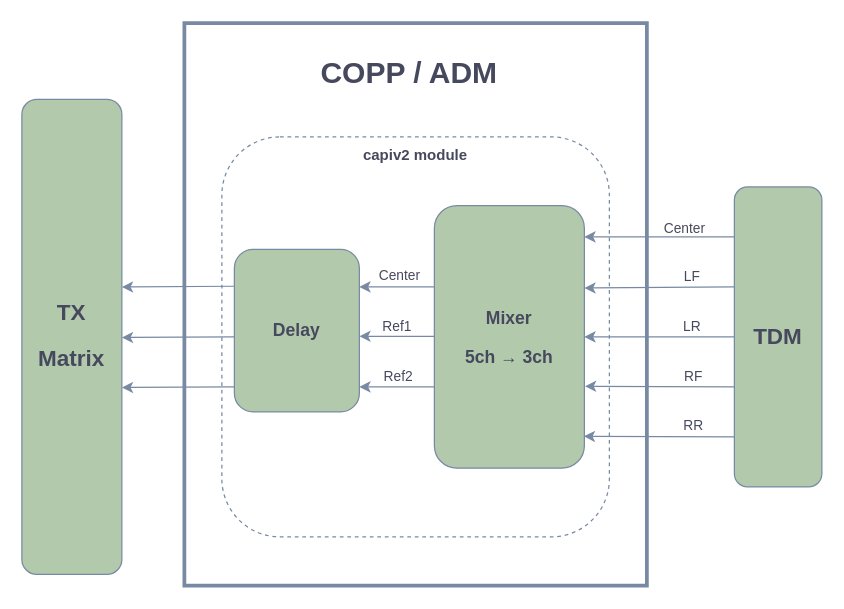
This is ecmx.drawio from lzybluee/drawio, a draw.io file, before an edit. Source tidied: cells renumbered, new cells numbered last; positions are measured from the earlier drawing's top-left corner, leaving out a move shared by most shapes. Both pictures are drawn from the tidied source at 125%, with x=0, y=0 at pixel (21, 22).
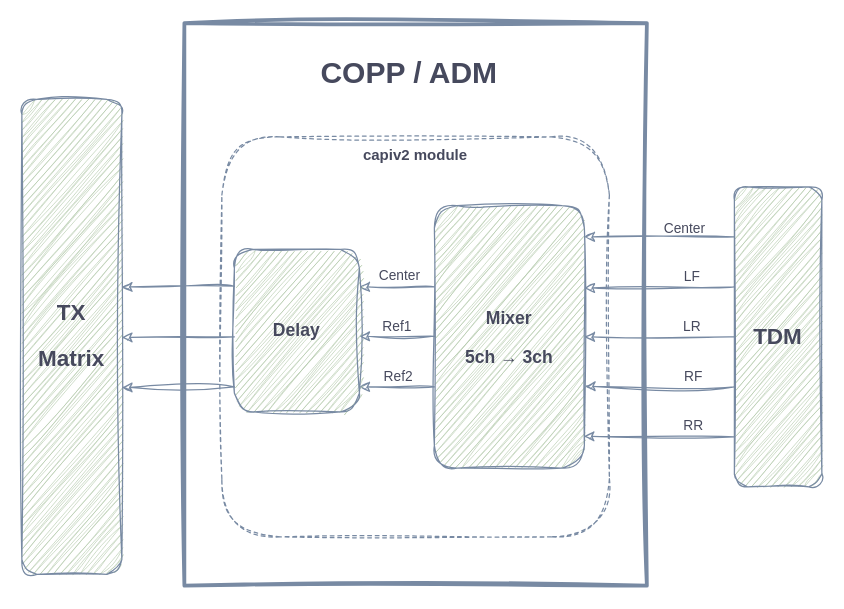
The same page after the edit.

Diff of the diagram source:
```diff
@@
-    <mxCell id="2" style="rounded=0;whiteSpace=wrap;html=1;strokeColor=#788AA3;fontColor=#46495D;fillColor=none;strokeWidth=3;" parent="1" vertex="1">
+    <mxCell id="2" style="rounded=0;whiteSpace=wrap;html=1;strokeColor=#788AA3;fontColor=#46495D;fillColor=none;strokeWidth=3;sketch=1;curveFitting=1;jiggle=2;" parent="1" vertex="1">
       <mxGeometry x="130" width="370" height="450" as="geometry" />
     </mxCell>
-    <mxCell id="3" value="&lt;div style=&quot;padding-top: 0px;&quot; align=&quot;center&quot;&gt;&lt;br&gt;&lt;/div&gt;" style="rounded=1;whiteSpace=wrap;html=1;fillColor=none;dashed=1;labelBackgroundColor=none;strokeColor=#788AA3;fontColor=#46495D;" parent="1" vertex="1">
+    <mxCell id="3" value="&lt;div style=&quot;padding-top: 0px;&quot; align=&quot;center&quot;&gt;&lt;br&gt;&lt;/div&gt;" style="rounded=1;whiteSpace=wrap;html=1;fillColor=none;dashed=1;labelBackgroundColor=none;strokeColor=#788AA3;fontColor=#46495D;sketch=1;curveFitting=1;jiggle=2;" parent="1" vertex="1">
       <mxGeometry x="160" y="91" width="310" height="320" as="geometry" />
     </mxCell>
-    <mxCell id="4" value="&lt;h2&gt;TDM&lt;/h2&gt;" style="rounded=1;whiteSpace=wrap;html=1;labelBackgroundColor=none;fillColor=#B2C9AB;strokeColor=#788AA3;fontColor=#46495D;" parent="1" vertex="1">
+    <mxCell id="4" value="&lt;h2&gt;TDM&lt;/h2&gt;" style="rounded=1;whiteSpace=wrap;html=1;labelBackgroundColor=none;fillColor=#B2C9AB;strokeColor=#788AA3;fontColor=#46495D;sketch=1;curveFitting=1;jiggle=2;" parent="1" vertex="1">
       <mxGeometry x="570" y="131" width="70" height="240" as="geometry" />
     </mxCell>
-    <mxCell id="5" style="endArrow=classic;html=1;rounded=1;labelBackgroundColor=none;fontColor=default;strokeColor=#788AA3;entryX=0.996;entryY=0.119;entryDx=0;entryDy=0;entryPerimeter=0;exitX=0.996;exitY=0.119;exitDx=0;exitDy=0;exitPerimeter=0;" parent="1" edge="1">
+    <mxCell id="5" style="endArrow=classic;html=1;rounded=1;labelBackgroundColor=none;fontColor=default;strokeColor=#788AA3;entryX=0.996;entryY=0.119;entryDx=0;entryDy=0;entryPerimeter=0;exitX=0.996;exitY=0.119;exitDx=0;exitDy=0;exitPerimeter=0;sketch=1;curveFitting=1;jiggle=2;" parent="1" edge="1">
       <mxGeometry relative="1" as="geometry">
         <mxPoint x="570" y="171" as="sourcePoint" />
         <mxPoint x="450" y="171" as="targetPoint" />
       </mxGeometry>
     </mxCell>
-    <mxCell id="6" value="Center" style="edgeLabel;html=1;align=center;verticalAlign=middle;labelBackgroundColor=none;fontColor=#46495D;rounded=1;" parent="5" vertex="1">
+    <mxCell id="6" value="Center" style="edgeLabel;html=1;align=center;verticalAlign=middle;labelBackgroundColor=none;fontColor=#46495D;rounded=1;sketch=1;curveFitting=1;jiggle=2;" parent="5" vertex="1">
       <mxGeometry x="-0.31" y="-3" relative="1" as="geometry">
         <mxPoint y="-5" as="offset" />
       </mxGeometry>
     </mxCell>
-    <mxCell id="7" style="endArrow=classic;html=1;rounded=1;entryX=1;entryY=0.314;entryDx=0;entryDy=0;entryPerimeter=0;labelBackgroundColor=none;fontColor=default;strokeColor=#788AA3;" parent="1" edge="1" target="15">
+    <mxCell id="7" style="endArrow=classic;html=1;rounded=1;entryX=1;entryY=0.314;entryDx=0;entryDy=0;entryPerimeter=0;labelBackgroundColor=none;fontColor=default;strokeColor=#788AA3;sketch=1;curveFitting=1;jiggle=2;" parent="1" edge="1" target="15">
       <mxGeometry relative="1" as="geometry">
         <mxPoint x="570" y="211" as="sourcePoint" />
       </mxGeometry>
     </mxCell>
-    <mxCell id="8" value="LF" style="edgeLabel;html=1;align=center;verticalAlign=middle;labelBackgroundColor=none;fontColor=#46495D;rounded=1;" parent="7" vertex="1">
+    <mxCell id="8" value="LF" style="edgeLabel;html=1;align=center;verticalAlign=middle;labelBackgroundColor=none;fontColor=#46495D;rounded=1;sketch=1;curveFitting=1;jiggle=2;" parent="7" vertex="1">
       <mxGeometry x="-0.4" y="2" relative="1" as="geometry">
         <mxPoint x="1" y="-11" as="offset" />
       </mxGeometry>
     </mxCell>
-    <mxCell id="9" style="endArrow=classic;html=1;rounded=1;entryX=1;entryY=0.5;entryDx=0;entryDy=0;labelBackgroundColor=none;fontColor=default;strokeColor=#788AA3;" parent="1" edge="1" target="15">
+    <mxCell id="9" style="endArrow=classic;html=1;rounded=1;entryX=1;entryY=0.5;entryDx=0;entryDy=0;labelBackgroundColor=none;fontColor=default;strokeColor=#788AA3;sketch=1;curveFitting=1;jiggle=2;" parent="1" edge="1" target="15">
       <mxGeometry relative="1" as="geometry">
         <mxPoint x="570" y="251" as="sourcePoint" />
       </mxGeometry>
     </mxCell>
-    <mxCell id="10" value="LR" style="edgeLabel;html=1;align=center;verticalAlign=middle;labelBackgroundColor=none;fontColor=#46495D;rounded=1;" parent="9" vertex="1">
+    <mxCell id="10" value="LR" style="edgeLabel;html=1;align=center;verticalAlign=middle;labelBackgroundColor=none;fontColor=#46495D;rounded=1;sketch=1;curveFitting=1;jiggle=2;" parent="9" vertex="1">
       <mxGeometry x="-0.38" y="-2" relative="1" as="geometry">
         <mxPoint x="2" y="-7" as="offset" />
       </mxGeometry>
     </mxCell>
-    <mxCell id="11" style="endArrow=classic;html=1;rounded=1;entryX=1.004;entryY=0.688;entryDx=0;entryDy=0;entryPerimeter=0;labelBackgroundColor=none;fontColor=default;strokeColor=#788AA3;" parent="1" edge="1" target="15">
+    <mxCell id="11" style="endArrow=classic;html=1;rounded=1;entryX=1.004;entryY=0.688;entryDx=0;entryDy=0;entryPerimeter=0;labelBackgroundColor=none;fontColor=default;strokeColor=#788AA3;sketch=1;curveFitting=1;jiggle=2;" parent="1" edge="1" target="15">
       <mxGeometry relative="1" as="geometry">
         <mxPoint x="570" y="291" as="sourcePoint" />
       </mxGeometry>
     </mxCell>
-    <mxCell id="12" value="RF" style="edgeLabel;html=1;align=center;verticalAlign=middle;labelBackgroundColor=none;fontColor=#46495D;rounded=1;" parent="11" vertex="1">
+    <mxCell id="12" value="RF" style="edgeLabel;html=1;align=center;verticalAlign=middle;labelBackgroundColor=none;fontColor=#46495D;rounded=1;sketch=1;curveFitting=1;jiggle=2;" parent="11" vertex="1">
       <mxGeometry x="-0.43" y="-1" relative="1" as="geometry">
         <mxPoint y="-7" as="offset" />
       </mxGeometry>
     </mxCell>
-    <mxCell id="13" style="endArrow=classic;html=1;rounded=1;entryX=0.996;entryY=0.879;entryDx=0;entryDy=0;entryPerimeter=0;labelBackgroundColor=none;fontColor=default;strokeColor=#788AA3;" parent="1" edge="1" target="15">
+    <mxCell id="13" style="endArrow=classic;html=1;rounded=1;entryX=0.996;entryY=0.879;entryDx=0;entryDy=0;entryPerimeter=0;labelBackgroundColor=none;fontColor=default;strokeColor=#788AA3;sketch=1;curveFitting=1;jiggle=2;" parent="1" edge="1" target="15">
       <mxGeometry relative="1" as="geometry">
         <mxPoint x="570" y="331" as="sourcePoint" />
       </mxGeometry>
     </mxCell>
-    <mxCell id="14" value="&lt;div&gt;RR&lt;/div&gt;" style="edgeLabel;html=1;align=center;verticalAlign=middle;labelBackgroundColor=none;fontColor=#46495D;rounded=1;" parent="13" vertex="1">
+    <mxCell id="14" value="&lt;div&gt;RR&lt;/div&gt;" style="edgeLabel;html=1;align=center;verticalAlign=middle;labelBackgroundColor=none;fontColor=#46495D;rounded=1;sketch=1;curveFitting=1;jiggle=2;" parent="13" vertex="1">
       <mxGeometry x="-0.41" y="-1" relative="1" as="geometry">
         <mxPoint x="2" y="-8" as="offset" />
       </mxGeometry>
     </mxCell>
-    <mxCell id="15" value="&lt;h3&gt;Mixer&lt;/h3&gt;&lt;h3&gt;5ch&amp;nbsp;→ 3ch&lt;/h3&gt;" style="rounded=1;whiteSpace=wrap;html=1;labelBackgroundColor=none;fillColor=#B2C9AB;strokeColor=#788AA3;fontColor=#46495D;" parent="1" vertex="1">
+    <mxCell id="15" value="&lt;h3&gt;Mixer&lt;/h3&gt;&lt;h3&gt;5ch&amp;nbsp;→ 3ch&lt;/h3&gt;" style="rounded=1;whiteSpace=wrap;html=1;labelBackgroundColor=none;fillColor=#B2C9AB;strokeColor=#788AA3;fontColor=#46495D;sketch=1;curveFitting=1;jiggle=2;" parent="1" vertex="1">
       <mxGeometry x="330" y="146" width="120" height="210" as="geometry" />
     </mxCell>
-    <mxCell id="16" style="endArrow=classic;html=1;rounded=1;labelBackgroundColor=none;fontColor=default;strokeColor=#788AA3;" parent="1" edge="1">
+    <mxCell id="16" style="endArrow=classic;html=1;rounded=1;labelBackgroundColor=none;fontColor=default;strokeColor=#788AA3;sketch=1;curveFitting=1;jiggle=2;" parent="1" edge="1">
       <mxGeometry relative="1" as="geometry">
         <mxPoint x="330" y="250.5" as="sourcePoint" />
         <mxPoint x="270" y="250.5" as="targetPoint" />
       </mxGeometry>
     </mxCell>
-    <mxCell id="17" value="Ref1" style="edgeLabel;html=1;align=center;verticalAlign=middle;labelBackgroundColor=none;fontColor=#46495D;rounded=1;" parent="16" vertex="1">
+    <mxCell id="17" value="Ref1" style="edgeLabel;html=1;align=center;verticalAlign=middle;labelBackgroundColor=none;fontColor=#46495D;rounded=1;sketch=1;curveFitting=1;jiggle=2;" parent="16" vertex="1">
       <mxGeometry x="0.3" y="-2" relative="1" as="geometry">
         <mxPoint x="8" y="-6" as="offset" />
       </mxGeometry>
     </mxCell>
-    <mxCell id="18" style="endArrow=classic;html=1;rounded=1;labelBackgroundColor=none;fontColor=default;strokeColor=#788AA3;" parent="1" edge="1">
+    <mxCell id="18" style="endArrow=classic;html=1;rounded=1;labelBackgroundColor=none;fontColor=default;strokeColor=#788AA3;sketch=1;curveFitting=1;jiggle=2;" parent="1" edge="1">
       <mxGeometry relative="1" as="geometry">
         <mxPoint x="330" y="291" as="sourcePoint" />
         <mxPoint x="270" y="291" as="targetPoint" />
       </mxGeometry>
     </mxCell>
-    <mxCell id="19" value="Ref2" style="edgeLabel;html=1;align=center;verticalAlign=middle;labelBackgroundColor=none;fontColor=#46495D;rounded=1;" parent="18" vertex="1">
+    <mxCell id="19" value="Ref2" style="edgeLabel;html=1;align=center;verticalAlign=middle;labelBackgroundColor=none;fontColor=#46495D;rounded=1;sketch=1;curveFitting=1;jiggle=2;" parent="18" vertex="1">
       <mxGeometry x="-0.13" y="-3" relative="1" as="geometry">
         <mxPoint x="-4" y="-6" as="offset" />
       </mxGeometry>
     </mxCell>
-    <mxCell id="20" style="endArrow=classic;html=1;rounded=1;labelBackgroundColor=none;fontColor=default;strokeColor=#788AA3;" parent="1" edge="1">
+    <mxCell id="20" style="endArrow=classic;html=1;rounded=1;labelBackgroundColor=none;fontColor=default;strokeColor=#788AA3;sketch=1;curveFitting=1;jiggle=2;" parent="1" edge="1">
       <mxGeometry relative="1" as="geometry">
         <mxPoint x="330" y="211" as="sourcePoint" />
         <mxPoint x="270" y="211" as="targetPoint" />
       </mxGeometry>
     </mxCell>
-    <mxCell id="21" value="Center" style="edgeLabel;html=1;align=center;verticalAlign=middle;labelBackgroundColor=none;fontColor=#46495D;rounded=1;" parent="20" vertex="1">
+    <mxCell id="21" value="Center" style="edgeLabel;html=1;align=center;verticalAlign=middle;labelBackgroundColor=none;fontColor=#46495D;rounded=1;sketch=1;curveFitting=1;jiggle=2;" parent="20" vertex="1">
       <mxGeometry x="-0.13" y="-1" relative="1" as="geometry">
         <mxPoint x="-3" y="-9" as="offset" />
       </mxGeometry>
     </mxCell>
-    <mxCell id="22" value="&lt;h3&gt;Delay&lt;/h3&gt;" style="rounded=1;whiteSpace=wrap;html=1;labelBackgroundColor=none;fillColor=#B2C9AB;strokeColor=#788AA3;fontColor=#46495D;" parent="1" vertex="1">
+    <mxCell id="22" value="&lt;h3&gt;Delay&lt;/h3&gt;" style="rounded=1;whiteSpace=wrap;html=1;labelBackgroundColor=none;fillColor=#B2C9AB;strokeColor=#788AA3;fontColor=#46495D;sketch=1;curveFitting=1;jiggle=2;" parent="1" vertex="1">
       <mxGeometry x="170" y="181" width="100" height="130" as="geometry" />
     </mxCell>
-    <mxCell id="23" value="&lt;h2&gt;TX&lt;/h2&gt;&lt;h2&gt;Matrix&lt;/h2&gt;" style="rounded=1;whiteSpace=wrap;html=1;labelBackgroundColor=none;fillColor=#B2C9AB;strokeColor=#788AA3;fontColor=#46495D;" parent="1" vertex="1">
+    <mxCell id="23" value="&lt;h2&gt;TX&lt;/h2&gt;&lt;h2&gt;Matrix&lt;/h2&gt;" style="rounded=1;whiteSpace=wrap;html=1;labelBackgroundColor=none;fillColor=#B2C9AB;strokeColor=#788AA3;fontColor=#46495D;sketch=1;curveFitting=1;jiggle=2;" parent="1" vertex="1">
       <mxGeometry y="61" width="80" height="380" as="geometry" />
     </mxCell>
-    <mxCell id="24" style="endArrow=classic;html=1;rounded=1;labelBackgroundColor=none;fontColor=default;strokeColor=#788AA3;entryX=1;entryY=0.395;entryDx=0;entryDy=0;entryPerimeter=0;" parent="1" edge="1" target="23">
+    <mxCell id="24" style="endArrow=classic;html=1;rounded=1;labelBackgroundColor=none;fontColor=default;strokeColor=#788AA3;entryX=1;entryY=0.395;entryDx=0;entryDy=0;entryPerimeter=0;sketch=1;curveFitting=1;jiggle=2;" parent="1" edge="1" target="23">
       <mxGeometry relative="1" as="geometry">
         <mxPoint x="170" y="210.5" as="sourcePoint" />
       </mxGeometry>
     </mxCell>
-    <mxCell id="25" value="&lt;h4&gt;capiv2 module&lt;/h4&gt;" style="text;html=1;align=center;verticalAlign=middle;whiteSpace=wrap;rounded=1;labelBackgroundColor=none;fontColor=#46495D;" parent="1" vertex="1">
+    <mxCell id="25" value="&lt;h4&gt;capiv2 module&lt;/h4&gt;" style="text;html=1;align=center;verticalAlign=middle;whiteSpace=wrap;rounded=1;labelBackgroundColor=none;fontColor=#46495D;sketch=1;curveFitting=1;jiggle=2;" parent="1" vertex="1">
       <mxGeometry x="265" y="91" width="100" height="30" as="geometry" />
     </mxCell>
-    <mxCell id="26" style="endArrow=classic;html=1;rounded=1;labelBackgroundColor=none;fontColor=default;strokeColor=#788AA3;entryX=1;entryY=0.395;entryDx=0;entryDy=0;entryPerimeter=0;" parent="1" edge="1">
+    <mxCell id="26" style="endArrow=classic;html=1;rounded=1;labelBackgroundColor=none;fontColor=default;strokeColor=#788AA3;entryX=1;entryY=0.395;entryDx=0;entryDy=0;entryPerimeter=0;sketch=1;curveFitting=1;jiggle=2;" parent="1" edge="1">
       <mxGeometry relative="1" as="geometry">
         <mxPoint x="170" y="251" as="sourcePoint" />
         <mxPoint x="80" y="251.5" as="targetPoint" />
       </mxGeometry>
     </mxCell>
-    <mxCell id="27" style="endArrow=classic;html=1;rounded=1;labelBackgroundColor=none;fontColor=default;strokeColor=#788AA3;entryX=1;entryY=0.395;entryDx=0;entryDy=0;entryPerimeter=0;" parent="1" edge="1">
+    <mxCell id="27" style="endArrow=classic;html=1;rounded=1;labelBackgroundColor=none;fontColor=default;strokeColor=#788AA3;entryX=1;entryY=0.395;entryDx=0;entryDy=0;entryPerimeter=0;sketch=1;curveFitting=1;jiggle=2;" parent="1" edge="1">
       <mxGeometry relative="1" as="geometry">
         <mxPoint x="170" y="291" as="sourcePoint" />
         <mxPoint x="80" y="291.5" as="targetPoint" />
       </mxGeometry>
     </mxCell>
-    <mxCell id="28" value="&lt;h1&gt;COPP / ADM&lt;/h1&gt;" style="text;html=1;align=center;verticalAlign=middle;whiteSpace=wrap;rounded=0;fontColor=#46495D;" parent="1" vertex="1">
+    <mxCell id="28" value="&lt;h1&gt;COPP / ADM&lt;/h1&gt;" style="text;html=1;align=center;verticalAlign=middle;whiteSpace=wrap;rounded=0;fontColor=#46495D;sketch=1;curveFitting=1;jiggle=2;" parent="1" vertex="1">
       <mxGeometry x="215" y="25" width="190" height="30" as="geometry" />
     </mxCell>
```
